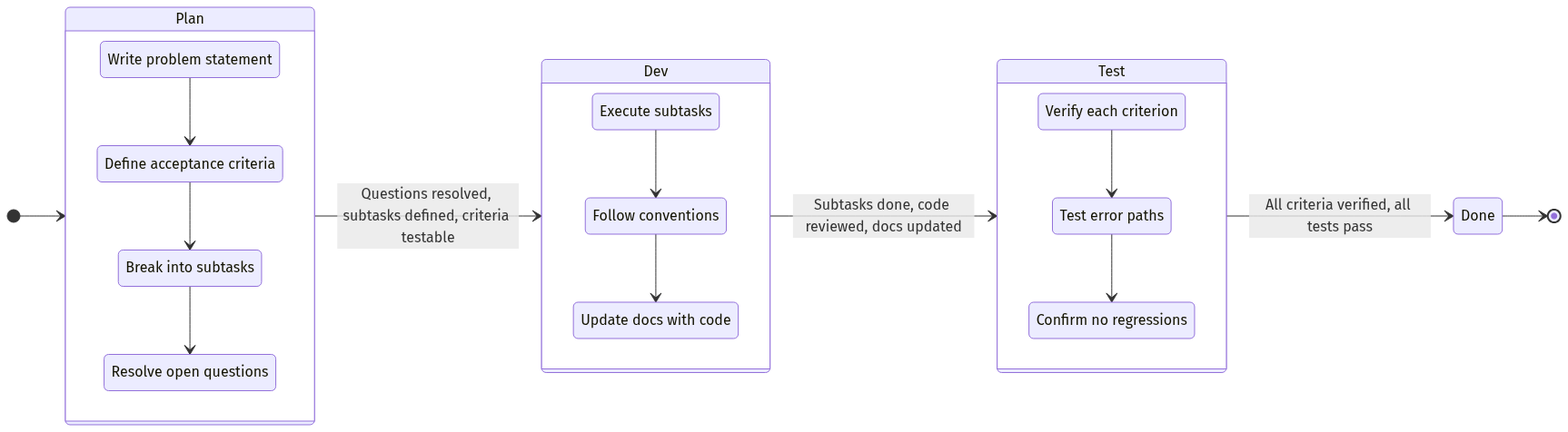
Before: assets/task-lifecycle.png, a diagram exported from Mermaid (moniav/sk). Its source is kept beside it as assets/src/task-lifecycle.mmd. Its diagram source:
```mermaid
stateDiagram-v2
    direction LR

    [*] --> Plan
    Plan --> Dev : Questions resolved, subtasks defined, criteria testable
    Dev --> Test : Subtasks done, code reviewed, docs updated
    Test --> Done : All criteria verified, all tests pass
    Done --> [*]

    state Plan {
        direction TB
        p1: Write problem statement
        p2: Define acceptance criteria
        p3: Break into subtasks
        p4: Resolve open questions
        p1 --> p2
        p2 --> p3
        p3 --> p4
    }

    state Dev {
        direction TB
        d1: Execute subtasks
        d2: Follow conventions
        d3: Update docs with code
        d1 --> d2
        d2 --> d3
    }

    state Test {
        direction TB
        t1: Verify each criterion
        t2: Test error paths
        t3: Confirm no regressions
        t1 --> t2
        t2 --> t3
    }
```
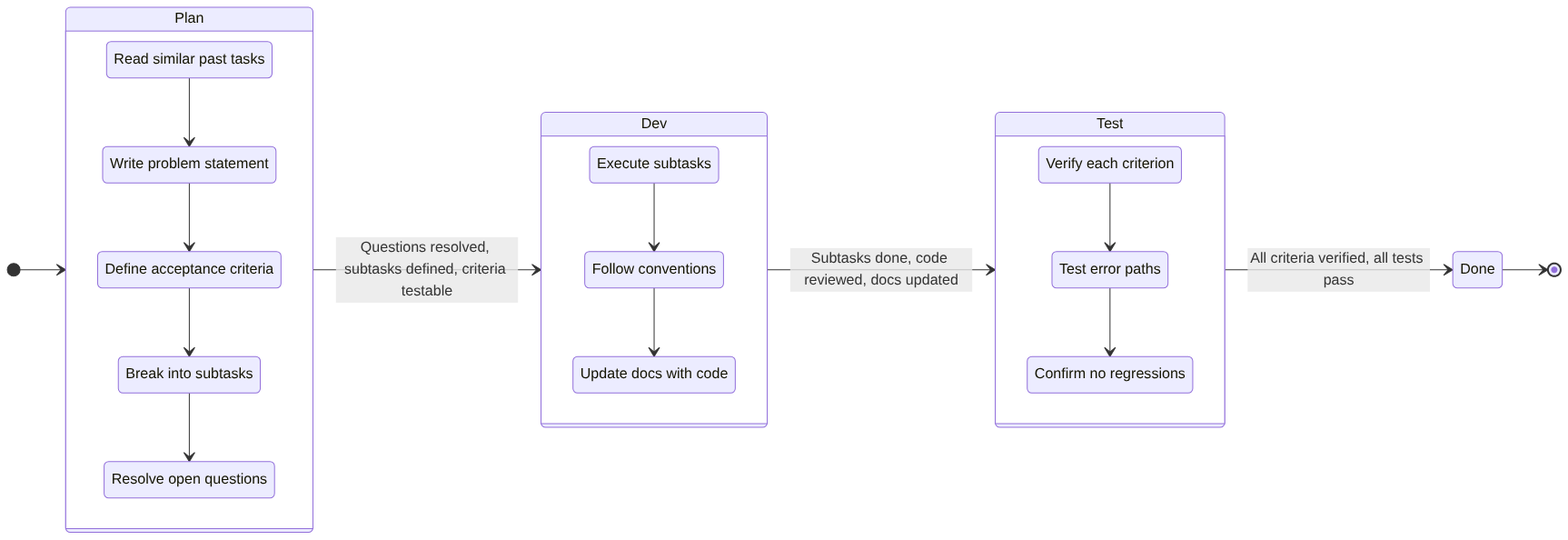
The same file after the commit.

Diff of the diagram source:
```diff
@@ -9,10 +9,12 @@
 
     state Plan {
         direction TB
+        p0: Read similar past tasks
         p1: Write problem statement
         p2: Define acceptance criteria
         p3: Break into subtasks
         p4: Resolve open questions
+        p0 --> p1
         p1 --> p2
         p2 --> p3
         p3 --> p4
```
